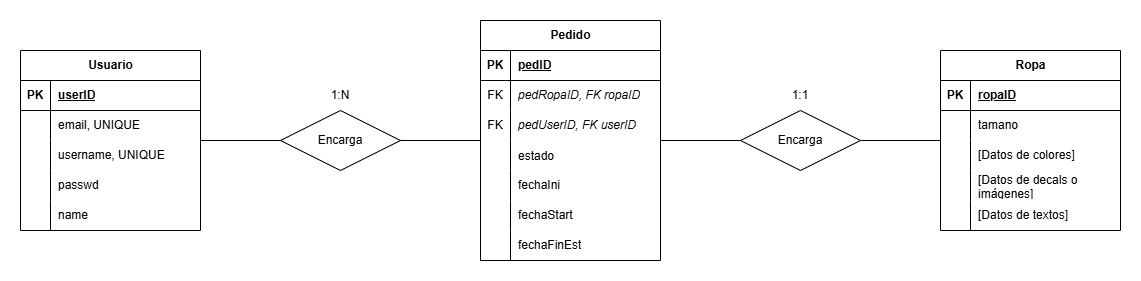
This is Docs a Entregar/docs_imgs/entidadRel.drawio.png from iru-borreda-bin/proyecto-daw-2025-2026, a draw.io export, as it was before one commit. Source tidied: cells renumbered, new cells last; positions are measured from the earlier drawing's top-left corner, leaving out a move shared by most shapes.
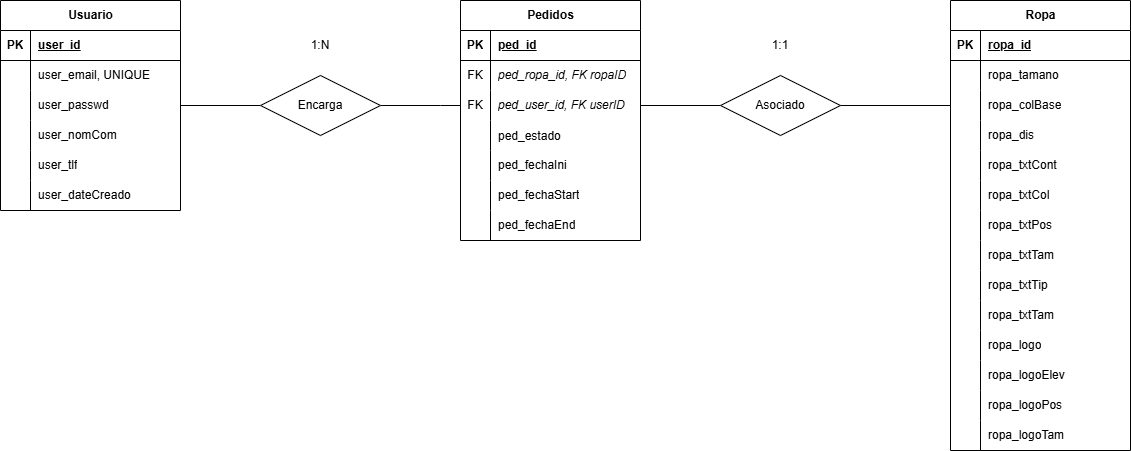
Above is the later version.

Change to the diagram source:
```diff
@@ -8,3 +8,3 @@
     <mxCell id="3" value="Usuario" style="shape=table;startSize=30;rowLines=0;fontStyle=1;align=center;html=1;" parent="1" vertex="1">
-      <mxGeometry y="30" width="180" height="180" as="geometry" />
+      <mxGeometry y="30" width="180" height="210" as="geometry" />
     </mxCell>
@@ -16,3 +16,3 @@
     </mxCell>
-    <mxCell id="6" value="userID" style="shape=partialRectangle;fillColor=none;top=0;left=0;bottom=0;right=0;align=left;spacingLeft=6;fontStyle=5;overflow=hidden;whiteSpace=wrap;html=1;" parent="4" vertex="1">
+    <mxCell id="6" value="user_id" style="shape=partialRectangle;fillColor=none;top=0;left=0;bottom=0;right=0;align=left;spacingLeft=6;fontStyle=5;overflow=hidden;whiteSpace=wrap;html=1;" parent="4" vertex="1">
       <mxGeometry x="30" width="150" height="30" as="geometry" />
@@ -25,3 +25,3 @@
     </mxCell>
-    <mxCell id="9" value="email, UNIQUE" style="shape=partialRectangle;fillColor=none;top=0;left=0;bottom=0;right=0;align=left;spacingLeft=6;overflow=hidden;whiteSpace=wrap;html=1;" parent="7" vertex="1">
+    <mxCell id="9" value="user_email, UNIQUE" style="shape=partialRectangle;fillColor=none;top=0;left=0;bottom=0;right=0;align=left;spacingLeft=6;overflow=hidden;whiteSpace=wrap;html=1;" parent="7" vertex="1">
       <mxGeometry x="30" width="150" height="30" as="geometry" />
@@ -34,3 +34,3 @@
     </mxCell>
-    <mxCell id="12" value="username, UNIQUE" style="shape=partialRectangle;fillColor=none;top=0;left=0;bottom=0;right=0;align=left;spacingLeft=6;overflow=hidden;whiteSpace=wrap;html=1;" parent="10" vertex="1">
+    <mxCell id="12" value="user_passwd" style="shape=partialRectangle;fillColor=none;top=0;left=0;bottom=0;right=0;align=left;spacingLeft=6;overflow=hidden;whiteSpace=wrap;html=1;" parent="10" vertex="1">
       <mxGeometry x="30" width="150" height="30" as="geometry" />
@@ -43,3 +43,3 @@
     </mxCell>
-    <mxCell id="15" value="passwd" style="shape=partialRectangle;fillColor=none;top=0;left=0;bottom=0;right=0;align=left;spacingLeft=6;overflow=hidden;whiteSpace=wrap;html=1;" parent="13" vertex="1">
+    <mxCell id="15" value="user_nomCom" style="shape=partialRectangle;fillColor=none;top=0;left=0;bottom=0;right=0;align=left;spacingLeft=6;overflow=hidden;whiteSpace=wrap;html=1;" parent="13" vertex="1">
       <mxGeometry x="30" width="150" height="30" as="geometry" />
@@ -52,10 +52,24 @@
     </mxCell>
-    <mxCell id="18" value="name" style="shape=partialRectangle;fillColor=none;top=0;left=0;bottom=0;right=0;align=left;spacingLeft=6;overflow=hidden;whiteSpace=wrap;html=1;" parent="16" vertex="1">
+    <mxCell id="18" value="user_tlf" style="shape=partialRectangle;fillColor=none;top=0;left=0;bottom=0;right=0;align=left;spacingLeft=6;overflow=hidden;whiteSpace=wrap;html=1;" parent="16" vertex="1">
       <mxGeometry x="30" width="150" height="30" as="geometry" />
     </mxCell>
+    <mxCell id="64" style="shape=tableRow;horizontal=0;startSize=0;swimlaneHead=0;swimlaneBody=0;fillColor=none;top=0;left=0;right=0;bottom=0;" parent="3" vertex="1">
+      <mxGeometry y="180" width="180" height="30" as="geometry" />
+    </mxCell>
+    <mxCell id="65" style="shape=partialRectangle;fillColor=none;top=0;left=0;bottom=0;right=0;overflow=hidden;whiteSpace=wrap;html=1;" parent="64" vertex="1">
+      <mxGeometry width="30" height="30" as="geometry" />
+    </mxCell>
+    <mxCell id="66" value="user_dateCreado" style="shape=partialRectangle;fillColor=none;top=0;left=0;bottom=0;right=0;align=left;spacingLeft=6;overflow=hidden;whiteSpace=wrap;html=1;" parent="64" vertex="1">
+      <mxGeometry x="30" width="150" height="30" as="geometry" />
+    </mxCell>
     <mxCell id="19" style="edgeStyle=orthogonalEdgeStyle;rounded=0;jettySize=auto;html=1;endArrow=none;endFill=0;" parent="1" edge="1" source="20" target="42">
-      <mxGeometry relative="1" as="geometry" />
+      <mxGeometry relative="1" as="geometry">
+        <Array as="points">
+          <mxPoint x="440" y="135" />
+          <mxPoint x="440" y="135" />
+        </Array>
+      </mxGeometry>
     </mxCell>
-    <mxCell id="20" value="Pedido" style="shape=table;startSize=30;rowLines=0;fontStyle=1;align=center;html=1;" parent="1" vertex="1">
-      <mxGeometry x="460" width="180" height="240" as="geometry" />
+    <mxCell id="20" value="Pedidos" style="shape=table;startSize=30;rowLines=0;fontStyle=1;align=center;html=1;" parent="1" vertex="1">
+      <mxGeometry x="460" y="30" width="180" height="240" as="geometry" />
     </mxCell>
@@ -67,3 +81,3 @@
     </mxCell>
-    <mxCell id="23" value="pedID" style="shape=partialRectangle;fillColor=none;top=0;left=0;bottom=0;right=0;align=left;spacingLeft=6;fontStyle=5;overflow=hidden;whiteSpace=wrap;html=1;" parent="21" vertex="1">
+    <mxCell id="23" value="ped_id" style="shape=partialRectangle;fillColor=none;top=0;left=0;bottom=0;right=0;align=left;spacingLeft=6;fontStyle=5;overflow=hidden;whiteSpace=wrap;html=1;" parent="21" vertex="1">
       <mxGeometry x="30" width="150" height="30" as="geometry" />
@@ -76,3 +90,3 @@
     </mxCell>
-    <mxCell id="26" value="pedRopaID, FK ropaID" style="shape=partialRectangle;fillColor=none;top=0;left=0;bottom=0;right=0;align=left;spacingLeft=6;overflow=hidden;whiteSpace=wrap;html=1;fontStyle=2;" parent="24" vertex="1">
+    <mxCell id="26" value="ped_ropa_id, FK ropaID" style="shape=partialRectangle;fillColor=none;top=0;left=0;bottom=0;right=0;align=left;spacingLeft=6;overflow=hidden;whiteSpace=wrap;html=1;fontStyle=2;" parent="24" vertex="1">
       <mxGeometry x="30" width="150" height="30" as="geometry" />
@@ -85,3 +99,3 @@
     </mxCell>
-    <mxCell id="29" value="pedUserID, FK userID" style="shape=partialRectangle;fillColor=none;top=0;left=0;bottom=0;right=0;align=left;spacingLeft=6;overflow=hidden;whiteSpace=wrap;html=1;fontStyle=2;" parent="27" vertex="1">
+    <mxCell id="29" value="ped_user_id, FK userID" style="shape=partialRectangle;fillColor=none;top=0;left=0;bottom=0;right=0;align=left;spacingLeft=6;overflow=hidden;whiteSpace=wrap;html=1;fontStyle=2;" parent="27" vertex="1">
       <mxGeometry x="30" width="150" height="30" as="geometry" />
@@ -94,3 +108,3 @@
     </mxCell>
-    <mxCell id="32" value="estado" style="shape=partialRectangle;fillColor=none;top=0;left=0;bottom=0;right=0;align=left;spacingLeft=6;overflow=hidden;" parent="30" vertex="1">
+    <mxCell id="32" value="ped_estado" style="shape=partialRectangle;fillColor=none;top=0;left=0;bottom=0;right=0;align=left;spacingLeft=6;overflow=hidden;" parent="30" vertex="1">
       <mxGeometry x="30" width="150" height="30" as="geometry" />
@@ -103,3 +117,3 @@
     </mxCell>
-    <mxCell id="35" value="fechaIni" style="shape=partialRectangle;fillColor=none;top=0;left=0;bottom=0;right=0;align=left;spacingLeft=6;overflow=hidden;whiteSpace=wrap;html=1;" parent="33" vertex="1">
+    <mxCell id="35" value="ped_fechaIni" style="shape=partialRectangle;fillColor=none;top=0;left=0;bottom=0;right=0;align=left;spacingLeft=6;overflow=hidden;whiteSpace=wrap;html=1;" parent="33" vertex="1">
       <mxGeometry x="30" width="150" height="30" as="geometry" />
@@ -112,3 +126,3 @@
     </mxCell>
-    <mxCell id="38" value="fechaStart" style="shape=partialRectangle;fillColor=none;top=0;left=0;bottom=0;right=0;align=left;spacingLeft=6;overflow=hidden;whiteSpace=wrap;html=1;" parent="36" vertex="1">
+    <mxCell id="38" value="ped_fechaStart" style="shape=partialRectangle;fillColor=none;top=0;left=0;bottom=0;right=0;align=left;spacingLeft=6;overflow=hidden;whiteSpace=wrap;html=1;" parent="36" vertex="1">
       <mxGeometry x="30" width="150" height="30" as="geometry" />
@@ -121,3 +135,3 @@
     </mxCell>
-    <mxCell id="41" value="fechaFinEst" style="shape=partialRectangle;fillColor=none;top=0;left=0;bottom=0;right=0;align=left;spacingLeft=6;overflow=hidden;whiteSpace=wrap;html=1;" parent="39" vertex="1">
+    <mxCell id="41" value="ped_fechaEnd" style="shape=partialRectangle;fillColor=none;top=0;left=0;bottom=0;right=0;align=left;spacingLeft=6;overflow=hidden;whiteSpace=wrap;html=1;" parent="39" vertex="1">
       <mxGeometry x="30" width="150" height="30" as="geometry" />
@@ -125,3 +139,3 @@
     <mxCell id="42" value="Encarga" style="shape=rhombus;perimeter=rhombusPerimeter;whiteSpace=wrap;html=1;align=center;" parent="1" vertex="1">
-      <mxGeometry x="260" y="90" width="120" height="60" as="geometry" />
+      <mxGeometry x="260" y="105" width="120" height="60" as="geometry" />
     </mxCell>
@@ -133,9 +147,16 @@
         <mxPoint x="640" y="120" as="sourcePoint" />
+        <Array as="points">
+          <mxPoint x="640" y="135" />
+        </Array>
       </mxGeometry>
     </mxCell>
-    <mxCell id="45" style="edgeStyle=orthogonalEdgeStyle;rounded=0;jettySize=auto;html=1;endArrow=none;endFill=0;" parent="1" edge="1" source="46" target="62">
-      <mxGeometry relative="1" as="geometry" />
+    <mxCell id="45" style="edgeStyle=orthogonalEdgeStyle;rounded=0;jettySize=auto;html=1;endArrow=none;endFill=0;exitX=0;exitY=0.5;exitDx=0;exitDy=0;entryX=1;entryY=0.5;entryDx=0;entryDy=0;" parent="1" edge="1" source="73" target="62">
+      <mxGeometry relative="1" as="geometry">
+        <Array as="points">
+          <mxPoint x="950" y="135" />
+        </Array>
+      </mxGeometry>
     </mxCell>
     <mxCell id="46" value="Ropa" style="shape=table;startSize=30;rowLines=0;fontStyle=1;align=center;html=1;" parent="1" vertex="1">
-      <mxGeometry x="920" y="30" width="180" height="180" as="geometry" />
+      <mxGeometry x="950" y="30" width="180" height="450" as="geometry" />
     </mxCell>
@@ -147,3 +168,3 @@
     </mxCell>
-    <mxCell id="49" value="ropaID" style="shape=partialRectangle;fillColor=none;top=0;left=0;bottom=0;right=0;align=left;spacingLeft=6;fontStyle=5;overflow=hidden;whiteSpace=wrap;html=1;" parent="47" vertex="1">
+    <mxCell id="49" value="ropa_id" style="shape=partialRectangle;fillColor=none;top=0;left=0;bottom=0;right=0;align=left;spacingLeft=6;fontStyle=5;overflow=hidden;whiteSpace=wrap;html=1;" parent="47" vertex="1">
       <mxGeometry x="30" width="150" height="30" as="geometry" />
@@ -156,3 +177,3 @@
     </mxCell>
-    <mxCell id="52" value="tamano" style="shape=partialRectangle;fillColor=none;top=0;left=0;bottom=0;right=0;align=left;spacingLeft=6;overflow=hidden;whiteSpace=wrap;html=1;" parent="50" vertex="1">
+    <mxCell id="52" value="ropa_tamano" style="shape=partialRectangle;fillColor=none;top=0;left=0;bottom=0;right=0;align=left;spacingLeft=6;overflow=hidden;whiteSpace=wrap;html=1;" parent="50" vertex="1">
       <mxGeometry x="30" width="150" height="30" as="geometry" />
@@ -165,3 +186,3 @@
     </mxCell>
-    <mxCell id="55" value="[Datos de colores]" style="shape=partialRectangle;fillColor=none;top=0;left=0;bottom=0;right=0;align=left;spacingLeft=6;overflow=hidden;whiteSpace=wrap;html=1;" parent="53" vertex="1">
+    <mxCell id="55" value="ropa_colBase" style="shape=partialRectangle;fillColor=none;top=0;left=0;bottom=0;right=0;align=left;spacingLeft=6;overflow=hidden;whiteSpace=wrap;html=1;" parent="53" vertex="1">
       <mxGeometry x="30" width="150" height="30" as="geometry" />
@@ -174,3 +195,3 @@
     </mxCell>
-    <mxCell id="58" value="[Datos de decals o imágenes]" style="shape=partialRectangle;fillColor=none;top=0;left=0;bottom=0;right=0;align=left;spacingLeft=6;overflow=hidden;whiteSpace=wrap;html=1;" parent="56" vertex="1">
+    <mxCell id="58" value="ropa_dis" style="shape=partialRectangle;fillColor=none;top=0;left=0;bottom=0;right=0;align=left;spacingLeft=6;overflow=hidden;whiteSpace=wrap;html=1;" parent="56" vertex="1">
       <mxGeometry x="30" width="150" height="30" as="geometry" />
@@ -183,7 +204,88 @@
     </mxCell>
-    <mxCell id="61" value="[Datos de textos]" style="shape=partialRectangle;fillColor=none;top=0;left=0;bottom=0;right=0;align=left;spacingLeft=6;overflow=hidden;whiteSpace=wrap;html=1;" parent="59" vertex="1">
+    <mxCell id="61" value="ropa_txtCont" style="shape=partialRectangle;fillColor=none;top=0;left=0;bottom=0;right=0;align=left;spacingLeft=6;overflow=hidden;whiteSpace=wrap;html=1;" parent="59" vertex="1">
       <mxGeometry x="30" width="150" height="30" as="geometry" />
     </mxCell>
+    <mxCell id="67" style="shape=tableRow;horizontal=0;startSize=0;swimlaneHead=0;swimlaneBody=0;fillColor=none;top=0;left=0;right=0;bottom=0;" parent="46" vertex="1">
+      <mxGeometry y="180" width="180" height="30" as="geometry" />
+    </mxCell>
+    <mxCell id="68" style="shape=partialRectangle;fillColor=none;top=0;left=0;bottom=0;right=0;overflow=hidden;whiteSpace=wrap;html=1;" parent="67" vertex="1">
+      <mxGeometry width="30" height="30" as="geometry" />
+    </mxCell>
+    <mxCell id="69" value="ropa_txtCol" style="shape=partialRectangle;fillColor=none;top=0;left=0;bottom=0;right=0;align=left;spacingLeft=6;overflow=hidden;whiteSpace=wrap;html=1;" parent="67" vertex="1">
+      <mxGeometry x="30" width="150" height="30" as="geometry" />
+    </mxCell>
+    <mxCell id="70" style="shape=tableRow;horizontal=0;startSize=0;swimlaneHead=0;swimlaneBody=0;fillColor=none;top=0;left=0;right=0;bottom=0;" parent="46" vertex="1">
+      <mxGeometry y="210" width="180" height="30" as="geometry" />
+    </mxCell>
+    <mxCell id="71" style="shape=partialRectangle;fillColor=none;top=0;left=0;bottom=0;right=0;overflow=hidden;whiteSpace=wrap;html=1;" parent="70" vertex="1">
+      <mxGeometry width="30" height="30" as="geometry" />
+    </mxCell>
+    <mxCell id="72" value="ropa_txtPos" style="shape=partialRectangle;fillColor=none;top=0;left=0;bottom=0;right=0;align=left;spacingLeft=6;overflow=hidden;whiteSpace=wrap;html=1;" parent="70" vertex="1">
+      <mxGeometry x="30" width="150" height="30" as="geometry" />
+    </mxCell>
+    <mxCell id="73" style="shape=tableRow;horizontal=0;startSize=0;swimlaneHead=0;swimlaneBody=0;fillColor=none;points=[[0,0.5],[1,0.5]];portConstraint=eastwest;top=0;left=0;right=0;bottom=0;" parent="46" vertex="1">
+      <mxGeometry y="240" width="180" height="30" as="geometry" />
+    </mxCell>
+    <mxCell id="74" style="shape=partialRectangle;fillColor=none;top=0;left=0;bottom=0;right=0;overflow=hidden;whiteSpace=wrap;html=1;" parent="73" vertex="1">
+      <mxGeometry width="30" height="30" as="geometry" />
+    </mxCell>
+    <mxCell id="75" value="ropa_txtTam" style="shape=partialRectangle;fillColor=none;top=0;left=0;bottom=0;right=0;align=left;spacingLeft=6;overflow=hidden;whiteSpace=wrap;html=1;" parent="73" vertex="1">
+      <mxGeometry x="30" width="150" height="30" as="geometry" />
+    </mxCell>
+    <mxCell id="76" style="shape=tableRow;horizontal=0;startSize=0;swimlaneHead=0;swimlaneBody=0;fillColor=none;top=0;left=0;right=0;bottom=0;" parent="46" vertex="1">
+      <mxGeometry y="270" width="180" height="30" as="geometry" />
+    </mxCell>
+    <mxCell id="77" style="shape=partialRectangle;fillColor=none;top=0;left=0;bottom=0;right=0;overflow=hidden;whiteSpace=wrap;html=1;" parent="76" vertex="1">
+      <mxGeometry width="30" height="30" as="geometry" />
+    </mxCell>
+    <mxCell id="78" value="ropa_txtTip" style="shape=partialRectangle;fillColor=none;top=0;left=0;bottom=0;right=0;align=left;spacingLeft=6;overflow=hidden;whiteSpace=wrap;html=1;" parent="76" vertex="1">
+      <mxGeometry x="30" width="150" height="30" as="geometry" />
+    </mxCell>
+    <mxCell id="79" style="shape=tableRow;horizontal=0;startSize=0;swimlaneHead=0;swimlaneBody=0;fillColor=none;top=0;left=0;right=0;bottom=0;" parent="46" vertex="1">
+      <mxGeometry y="300" width="180" height="30" as="geometry" />
+    </mxCell>
+    <mxCell id="80" style="shape=partialRectangle;fillColor=none;top=0;left=0;bottom=0;right=0;overflow=hidden;whiteSpace=wrap;html=1;" parent="79" vertex="1">
+      <mxGeometry width="30" height="30" as="geometry" />
+    </mxCell>
+    <mxCell id="81" value="ropa_txtTam" style="shape=partialRectangle;fillColor=none;top=0;left=0;bottom=0;right=0;align=left;spacingLeft=6;overflow=hidden;whiteSpace=wrap;html=1;" parent="79" vertex="1">
+      <mxGeometry x="30" width="150" height="30" as="geometry" />
+    </mxCell>
+    <mxCell id="82" style="shape=tableRow;horizontal=0;startSize=0;swimlaneHead=0;swimlaneBody=0;fillColor=none;top=0;left=0;right=0;bottom=0;" parent="46" vertex="1">
+      <mxGeometry y="330" width="180" height="30" as="geometry" />
+    </mxCell>
+    <mxCell id="83" style="shape=partialRectangle;fillColor=none;top=0;left=0;bottom=0;right=0;overflow=hidden;whiteSpace=wrap;html=1;" parent="82" vertex="1">
+      <mxGeometry width="30" height="30" as="geometry" />
+    </mxCell>
+    <mxCell id="84" value="ropa_logo" style="shape=partialRectangle;fillColor=none;top=0;left=0;bottom=0;right=0;align=left;spacingLeft=6;overflow=hidden;whiteSpace=wrap;html=1;" parent="82" vertex="1">
+      <mxGeometry x="30" width="150" height="30" as="geometry" />
+    </mxCell>
+    <mxCell id="85" style="shape=tableRow;horizontal=0;startSize=0;swimlaneHead=0;swimlaneBody=0;fillColor=none;top=0;left=0;right=0;bottom=0;" parent="46" vertex="1">
+      <mxGeometry y="360" width="180" height="30" as="geometry" />
+    </mxCell>
+    <mxCell id="86" style="shape=partialRectangle;fillColor=none;top=0;left=0;bottom=0;right=0;overflow=hidden;whiteSpace=wrap;html=1;" parent="85" vertex="1">
+      <mxGeometry width="30" height="30" as="geometry" />
+    </mxCell>
+    <mxCell id="87" value="ropa_logoElev" style="shape=partialRectangle;fillColor=none;top=0;left=0;bottom=0;right=0;align=left;spacingLeft=6;overflow=hidden;whiteSpace=wrap;html=1;" parent="85" vertex="1">
+      <mxGeometry x="30" width="150" height="30" as="geometry" />
+    </mxCell>
+    <mxCell id="88" style="shape=tableRow;horizontal=0;startSize=0;swimlaneHead=0;swimlaneBody=0;fillColor=none;top=0;left=0;right=0;bottom=0;" parent="46" vertex="1">
+      <mxGeometry y="390" width="180" height="30" as="geometry" />
+    </mxCell>
+    <mxCell id="89" style="shape=partialRectangle;fillColor=none;top=0;left=0;bottom=0;right=0;overflow=hidden;whiteSpace=wrap;html=1;" parent="88" vertex="1">
+      <mxGeometry width="30" height="30" as="geometry" />
+    </mxCell>
+    <mxCell id="90" value="ropa_logoPos" style="shape=partialRectangle;fillColor=none;top=0;left=0;bottom=0;right=0;align=left;spacingLeft=6;overflow=hidden;whiteSpace=wrap;html=1;" parent="88" vertex="1">
+      <mxGeometry x="30" width="150" height="30" as="geometry" />
+    </mxCell>
+    <mxCell id="91" style="shape=tableRow;horizontal=0;startSize=0;swimlaneHead=0;swimlaneBody=0;fillColor=none;top=0;left=0;right=0;bottom=0;" parent="46" vertex="1">
+      <mxGeometry y="420" width="180" height="30" as="geometry" />
+    </mxCell>
+    <mxCell id="92" style="shape=partialRectangle;fillColor=none;top=0;left=0;bottom=0;right=0;overflow=hidden;whiteSpace=wrap;html=1;" parent="91" vertex="1">
+      <mxGeometry width="30" height="30" as="geometry" />
+    </mxCell>
+    <mxCell id="93" value="ropa_logoTam" style="shape=partialRectangle;fillColor=none;top=0;left=0;bottom=0;right=0;align=left;spacingLeft=6;overflow=hidden;whiteSpace=wrap;html=1;" parent="91" vertex="1">
+      <mxGeometry x="30" width="150" height="30" as="geometry" />
+    </mxCell>
-    <mxCell id="62" value="Encarga" style="shape=rhombus;perimeter=rhombusPerimeter;whiteSpace=wrap;html=1;align=center;" parent="1" vertex="1">
-      <mxGeometry x="720" y="90" width="120" height="60" as="geometry" />
+    <mxCell id="62" value="Asociado" style="shape=rhombus;perimeter=rhombusPerimeter;whiteSpace=wrap;html=1;align=center;" parent="1" vertex="1">
+      <mxGeometry x="720" y="105" width="120" height="60" as="geometry" />
     </mxCell>
```
